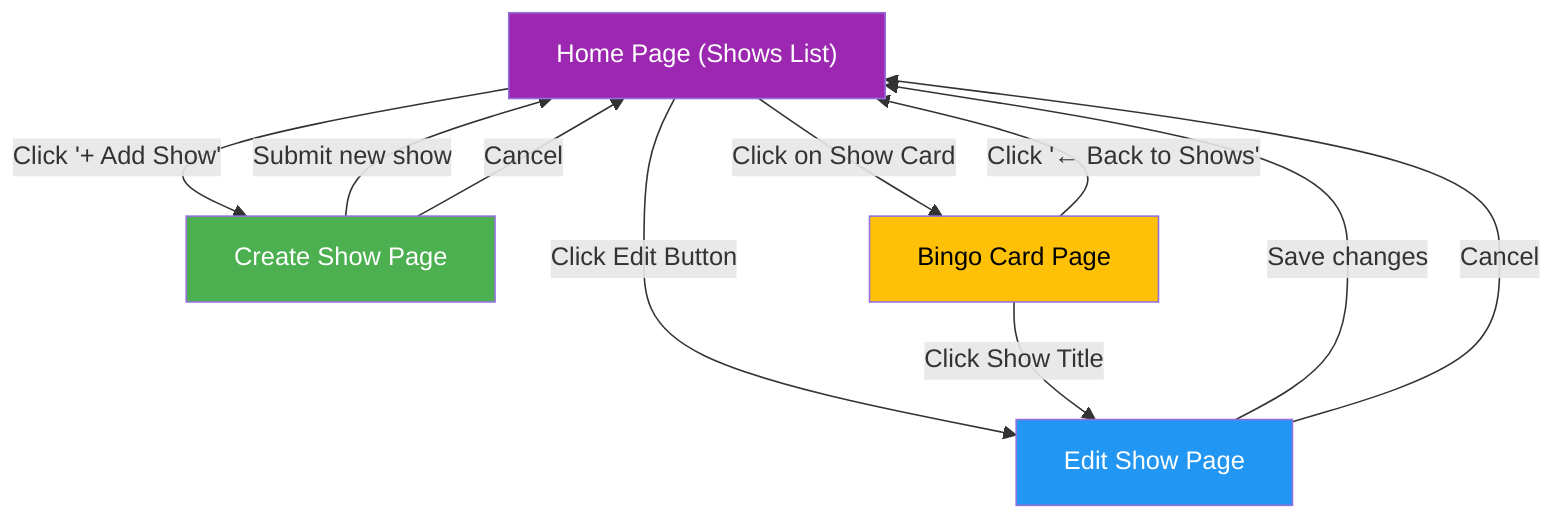
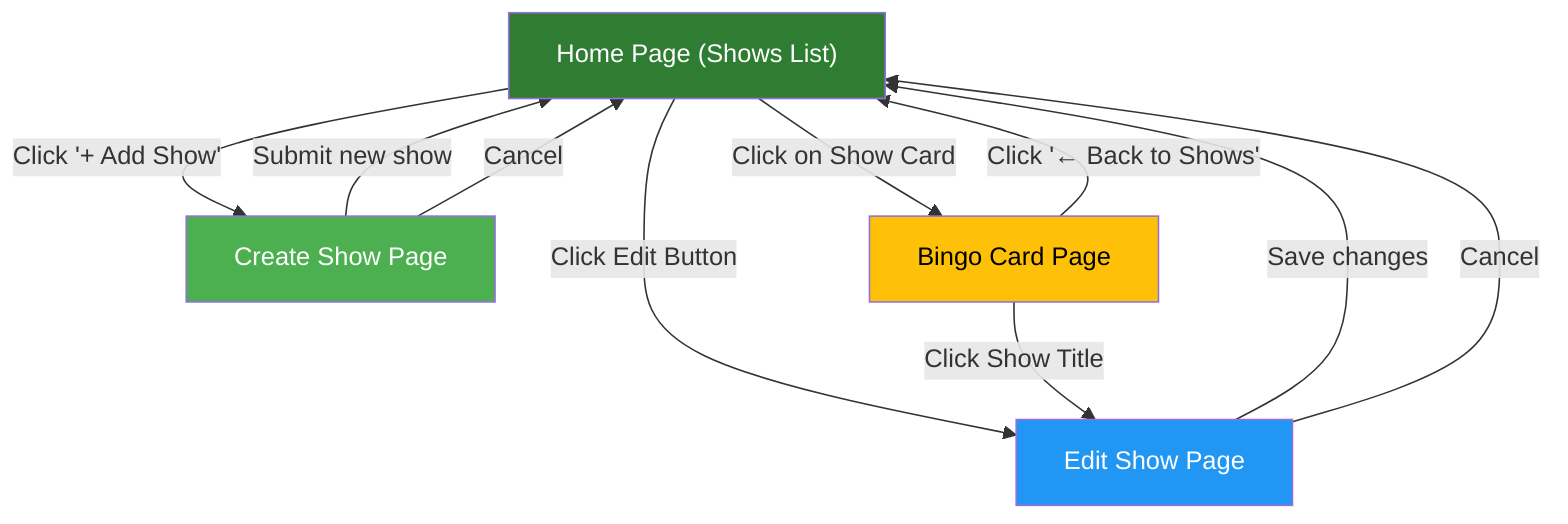
flowchart TD
    HomePage["Home Page (Shows List)"]
    CreatePage["Create Show Page"]
    EditPage["Edit Show Page"]
    BingoCardPage["Bingo Card Page"]

    HomePage -- "Click '+ Add Show'" --> CreatePage
    HomePage -- "Click on Show Card" --> BingoCardPage
    HomePage -- "Click Edit Button" --> EditPage

    CreatePage -- "Submit new show" --> HomePage
    CreatePage -- "Cancel" --> HomePage

    EditPage -- "Save changes" --> HomePage
    EditPage -- "Cancel" --> HomePage

    BingoCardPage -- "Click Show Title" --> EditPage
    BingoCardPage -- "Click '← Back to Shows'" --> HomePage

-     style HomePage fill:#9c27b0,color:#fff
+     style HomePage fill:#2e7d32,color:#fff
    style CreatePage fill:#4CAF50,color:#fff
    style EditPage fill:#2196F3,color:#fff
    style BingoCardPage fill:#FFC107,color:#000
